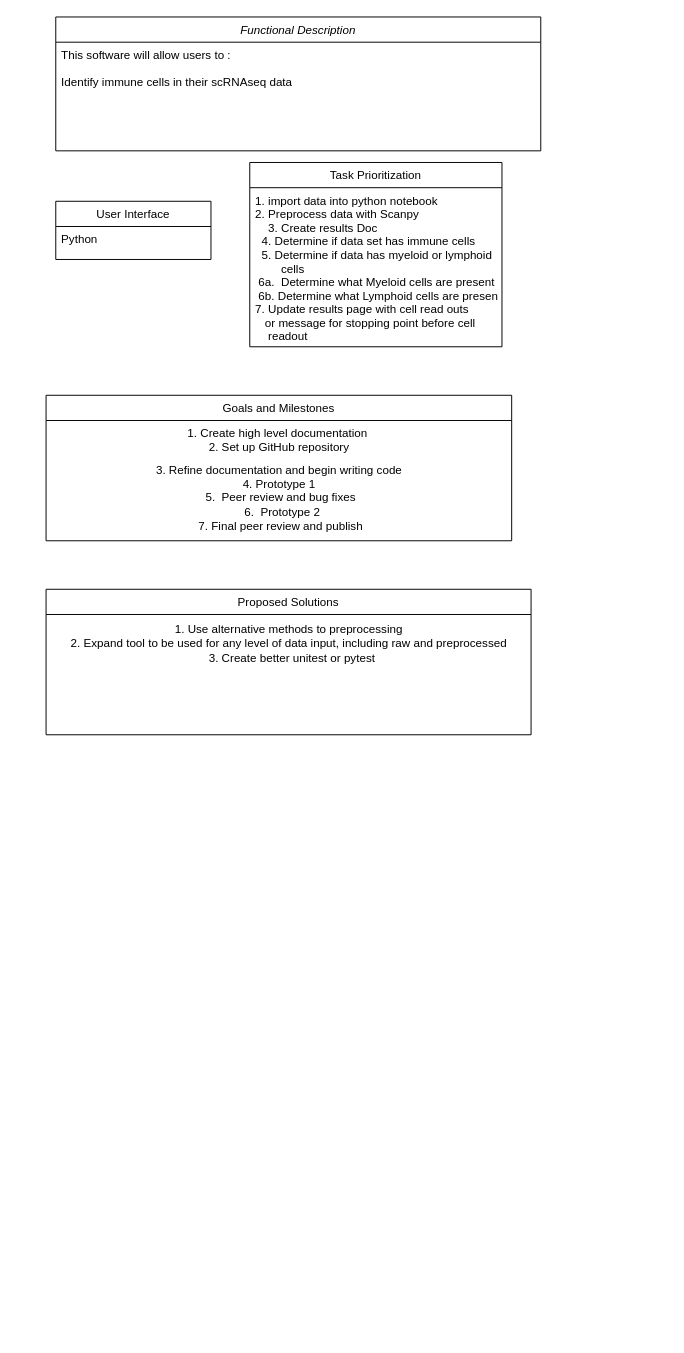
abbyvallie/Bioinf_576_resources keeps this draw.io diagram as Bioinf_576_DDS for ImVal.drawio. Above is the earlier version. Source tidied: cells renumbered, new cells numbered last; positions are measured from the earlier drawing's top-left corner, leaving out a move shared by most shapes. Both pictures are drawn from the tidied source at 97%, with x=0, y=0 at pixel (46, 16).
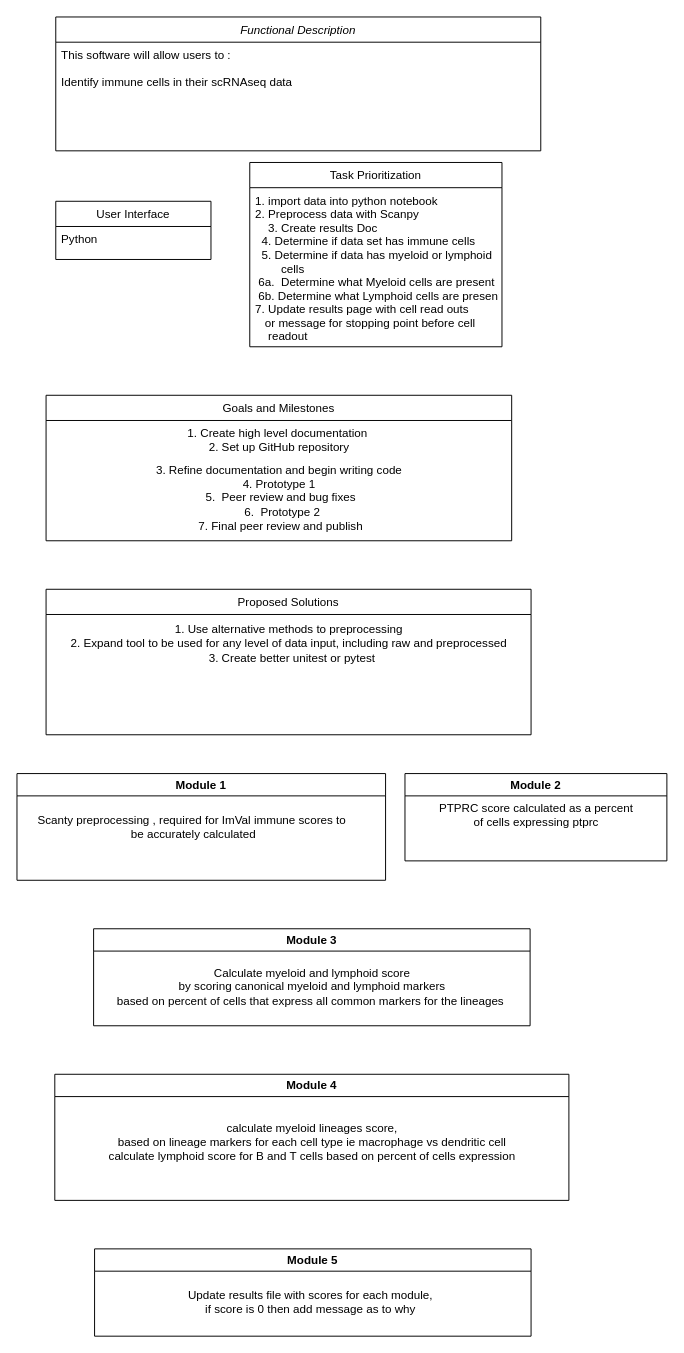
After the change.

What changed in the source:
```diff
@@
-<mxGraphModel>
+<mxGraphModel background="#FFFFFF">
@@
+    <mxCell id="13" value="Module 1" style="swimlane;whiteSpace=wrap;html=1;" parent="1" vertex="1">
+      <mxGeometry x="-30" y="780" width="380" height="110" as="geometry" />
+    </mxCell>
+    <mxCell id="14" value="Scanty preprocessing , required for ImVal immune scores to&lt;br&gt;&amp;nbsp;be accurately calculated" style="text;html=1;align=center;verticalAlign=middle;strokeColor=none;fillColor=none;" parent="13" vertex="1">
+      <mxGeometry x="10" y="35" width="340" height="40" as="geometry" />
+    </mxCell>
+    <mxCell id="15" value="Module 2" style="swimlane;whiteSpace=wrap;html=1;" parent="1" vertex="1">
+      <mxGeometry x="370" y="780" width="270" height="90" as="geometry" />
+    </mxCell>
+    <mxCell id="16" value="PTPRC score calculated as a percent&lt;br&gt;of cells expressing ptprc" style="text;html=1;align=center;verticalAlign=middle;strokeColor=none;fillColor=none;" parent="15" vertex="1">
+      <mxGeometry x="25" y="23" width="220" height="40" as="geometry" />
+    </mxCell>
+    <mxCell id="17" value="Module 3" style="swimlane;whiteSpace=wrap;html=1;" parent="1" vertex="1">
+      <mxGeometry x="49" y="940" width="450" height="100" as="geometry" />
+    </mxCell>
+    <mxCell id="18" value="Calculate myeloid and lymphoid score &lt;br&gt;by scoring canonical myeloid and lymphoid markers&lt;br&gt;based on percent of cells that express all common markers for the lineages&amp;nbsp;" style="text;html=1;align=center;verticalAlign=middle;strokeColor=none;fillColor=none;" parent="17" vertex="1">
+      <mxGeometry x="10" y="30" width="430" height="60" as="geometry" />
+    </mxCell>
+    <mxCell id="19" value="Module 4" style="swimlane;whiteSpace=wrap;html=1;" parent="1" vertex="1">
+      <mxGeometry x="9" y="1090" width="530" height="130" as="geometry" />
+    </mxCell>
+    <mxCell id="20" value="calculate myeloid lineages score,&lt;br&gt;based on lineage markers for each cell type ie macrophage vs dendritic cell&lt;br&gt;calculate lymphoid score for B and T cells based on percent of cells expression" style="text;html=1;align=center;verticalAlign=middle;strokeColor=none;fillColor=none;" parent="19" vertex="1">
+      <mxGeometry x="45" y="40" width="440" height="60" as="geometry" />
+    </mxCell>
+    <mxCell id="21" value="Module 5" style="swimlane;whiteSpace=wrap;html=1;" parent="1" vertex="1">
+      <mxGeometry x="50" y="1270" width="450" height="90" as="geometry" />
+    </mxCell>
+    <mxCell id="22" value="Update results file with scores for each module,&amp;nbsp;&lt;br&gt;if score is 0 then add message as to why&amp;nbsp;" style="text;html=1;align=center;verticalAlign=middle;strokeColor=none;fillColor=none;" parent="21" vertex="1">
+      <mxGeometry x="84" y="35" width="280" height="40" as="geometry" />
+    </mxCell>
```
